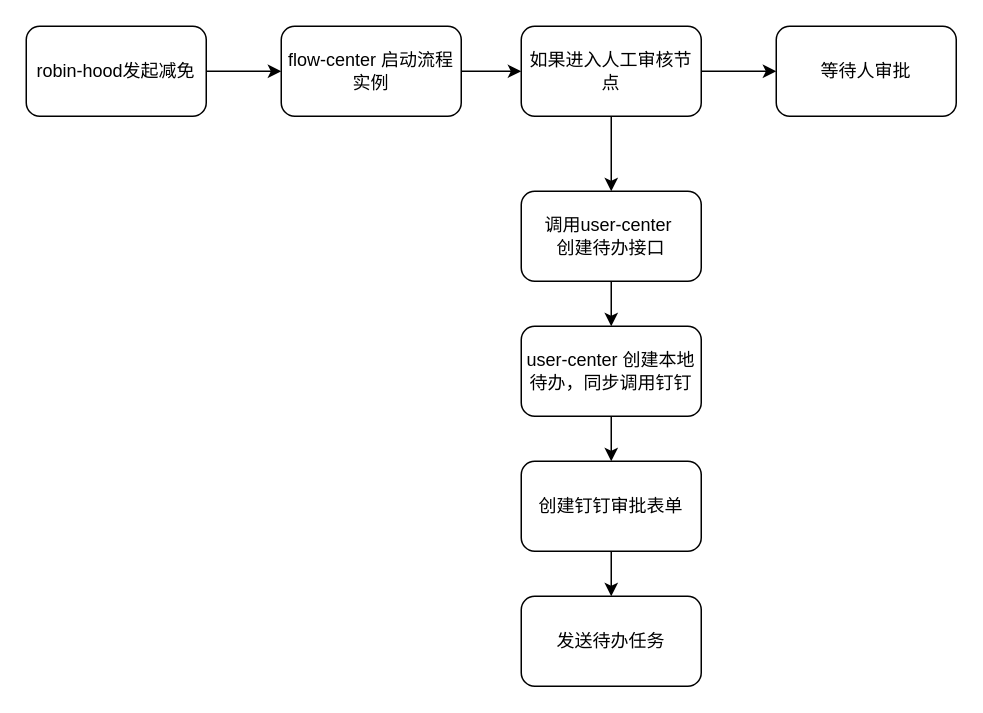
This is duijiedingding.drawio from chaomings/simple, a draw.io file, before an edit. Source tidied: cells renumbered, new cells numbered last; positions are measured from the earlier drawing's top-left corner, leaving out a move shared by most shapes. Both pictures are drawn from the tidied source at 150%, with x=0, y=0 at pixel (26, 26).
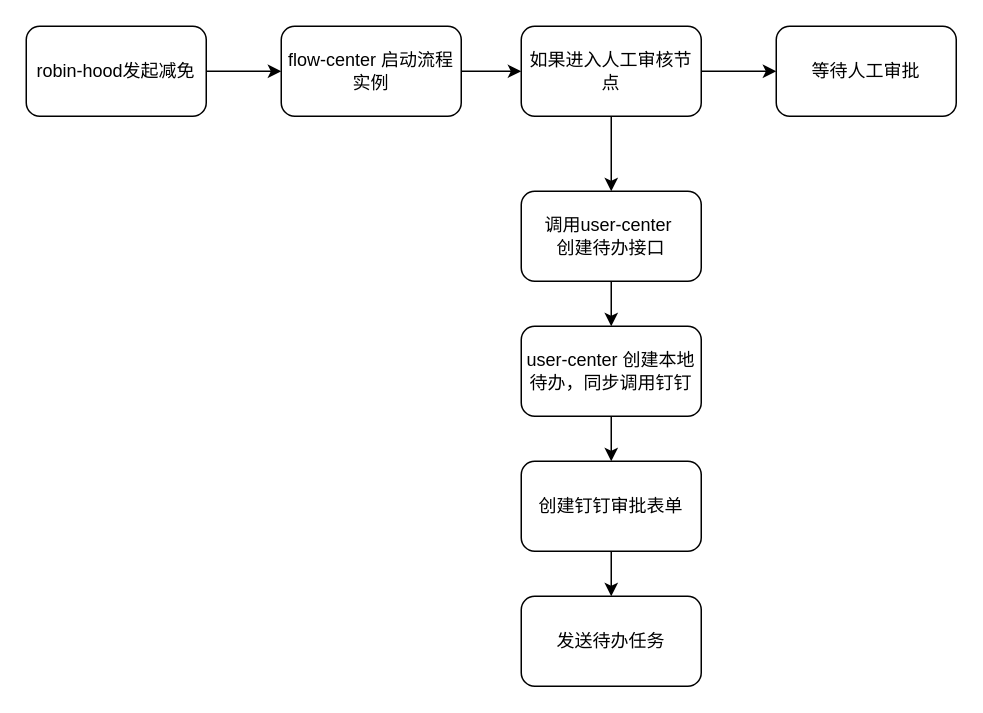
After the change.

What changed in the source:
```diff
@@
 <mxGraphModel>
   <root>
     <mxCell id="0" />
     <mxCell id="1" parent="0" />
     <mxCell id="2" style="edgeStyle=orthogonalEdgeStyle;rounded=0;jettySize=auto;html=1;" parent="1" edge="1" source="3" target="5">
       <mxGeometry relative="1" as="geometry" />
     </mxCell>
     <mxCell id="3" value="&lt;span&gt;robin-hood发起减免&lt;/span&gt;" style="rounded=1;whiteSpace=wrap;html=1;" parent="1" vertex="1">
       <mxGeometry width="120" height="60" as="geometry" />
     </mxCell>
     <mxCell id="4" style="edgeStyle=orthogonalEdgeStyle;rounded=0;jettySize=auto;html=1;" parent="1" edge="1" source="5" target="8">
       <mxGeometry relative="1" as="geometry" />
     </mxCell>
     <mxCell id="5" value="flow-center 启动流程实例" style="rounded=1;whiteSpace=wrap;html=1;" parent="1" vertex="1">
       <mxGeometry x="170" width="120" height="60" as="geometry" />
     </mxCell>
     <mxCell id="6" style="edgeStyle=orthogonalEdgeStyle;rounded=0;jettySize=auto;html=1;" parent="1" edge="1" source="8" target="10">
       <mxGeometry relative="1" as="geometry" />
     </mxCell>
     <mxCell id="7" style="edgeStyle=orthogonalEdgeStyle;rounded=0;jettySize=auto;html=1;fontFamily=Helvetica;fontSize=12;fontColor=default;" parent="1" edge="1" source="8" target="16">
       <mxGeometry relative="1" as="geometry" />
     </mxCell>
     <mxCell id="8" value="如果进入人工审核节点" style="rounded=1;whiteSpace=wrap;html=1;" parent="1" vertex="1">
       <mxGeometry x="330" width="120" height="60" as="geometry" />
     </mxCell>
     <mxCell id="9" style="edgeStyle=orthogonalEdgeStyle;rounded=0;jettySize=auto;html=1;" parent="1" edge="1" source="10" target="12">
       <mxGeometry relative="1" as="geometry" />
     </mxCell>
     <mxCell id="10" value="调用user-center&amp;nbsp;&lt;br&gt;创建待办接口" style="rounded=1;whiteSpace=wrap;html=1;" parent="1" vertex="1">
       <mxGeometry x="330" y="110" width="120" height="60" as="geometry" />
     </mxCell>
     <mxCell id="11" style="edgeStyle=orthogonalEdgeStyle;rounded=0;jettySize=auto;html=1;fontFamily=Helvetica;fontSize=12;fontColor=default;" parent="1" edge="1" source="12" target="14">
       <mxGeometry relative="1" as="geometry" />
     </mxCell>
     <mxCell id="12" value="user-center 创建本地待办，同步调用钉钉" style="rounded=1;whiteSpace=wrap;html=1;" parent="1" vertex="1">
       <mxGeometry x="330" y="200" width="120" height="60" as="geometry" />
     </mxCell>
     <mxCell id="13" style="edgeStyle=orthogonalEdgeStyle;rounded=0;jettySize=auto;html=1;fontFamily=Helvetica;fontSize=12;fontColor=default;" parent="1" edge="1" source="14" target="15">
       <mxGeometry relative="1" as="geometry" />
     </mxCell>
     <mxCell id="14" value="创建钉钉审批表单" style="rounded=1;whiteSpace=wrap;html=1;" parent="1" vertex="1">
       <mxGeometry x="330" y="290" width="120" height="60" as="geometry" />
     </mxCell>
     <mxCell id="15" value="发送待办任务" style="rounded=1;whiteSpace=wrap;html=1;fontFamily=Helvetica;fontSize=12;fontColor=default;strokeColor=default;fillColor=default;" parent="1" vertex="1">
       <mxGeometry x="330" y="380" width="120" height="60" as="geometry" />
     </mxCell>
-    <mxCell id="16" value="等待人审批" style="rounded=1;whiteSpace=wrap;html=1;fontFamily=Helvetica;fontSize=12;fontColor=default;strokeColor=default;fillColor=default;" parent="1" vertex="1">
+    <mxCell id="16" value="等待人工审批" style="rounded=1;whiteSpace=wrap;html=1;fontFamily=Helvetica;fontSize=12;fontColor=default;strokeColor=default;fillColor=default;" parent="1" vertex="1">
       <mxGeometry x="500" width="120" height="60" as="geometry" />
     </mxCell>
   </root>
 </mxGraphModel>
```
